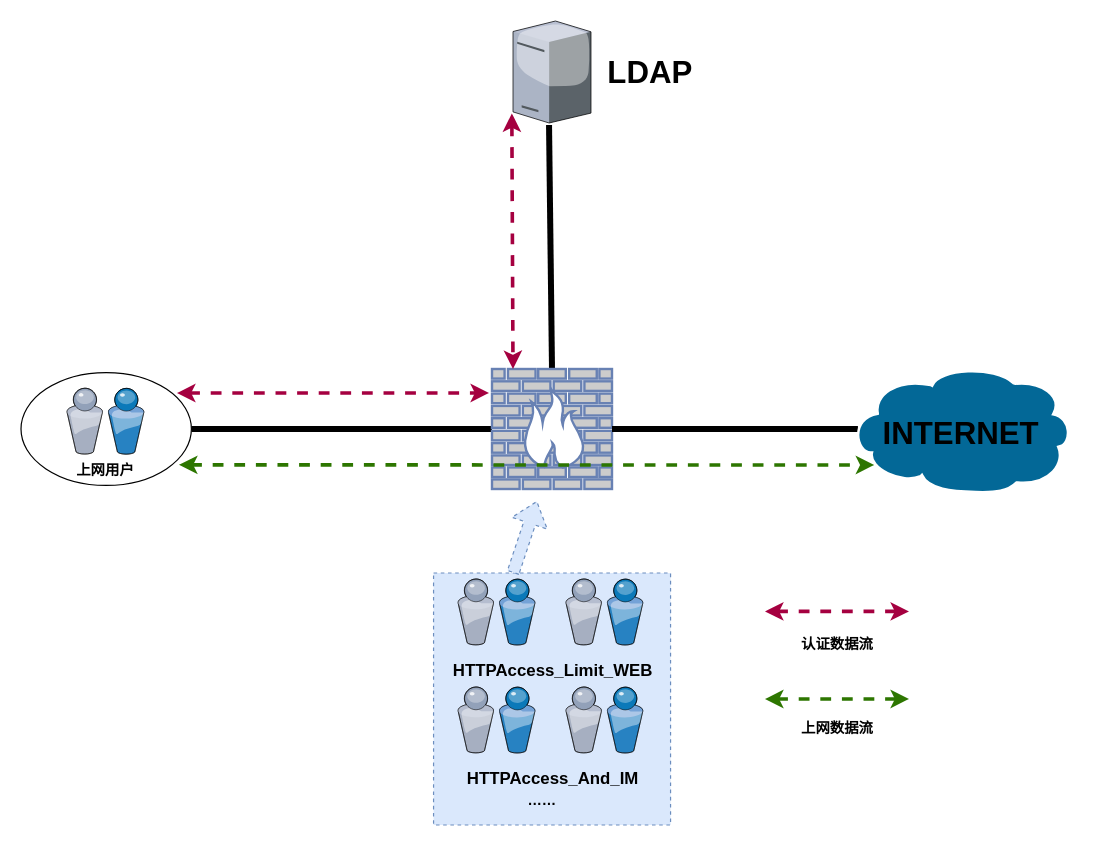
Above: Untitled Diagram.drawio in blacksoilzz/hello-world (draw.io), before the change. Source tidied: cells renumbered, new cells numbered last; positions are measured from the earlier drawing's top-left corner, leaving out a move shared by most shapes. Both pictures are drawn from the tidied source at 120%, with x=0, y=0 at pixel (20, 20).
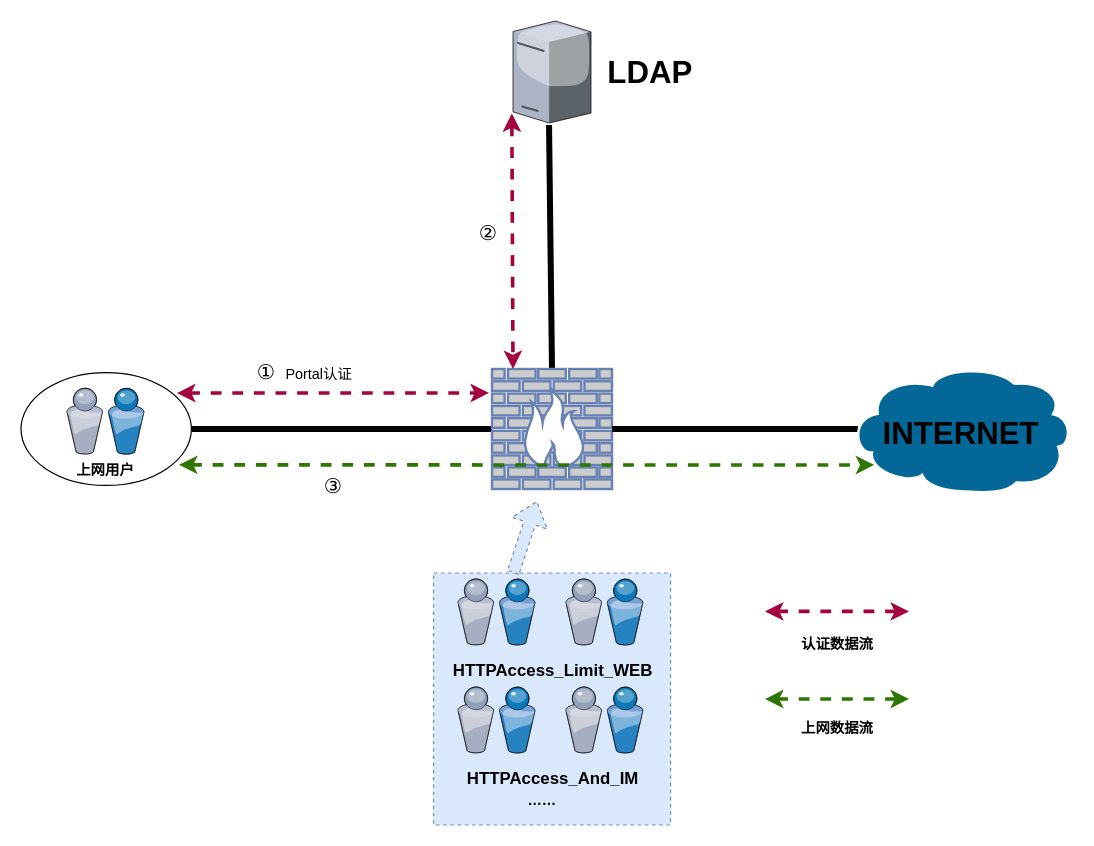
The same page after the edit.

Commit message:
防火墙调用LDAP认证

The edit, as a diff of the source:
```diff
@@
+    <mxCell id="29" value="Portal认证" style="text;html=1;align=center;verticalAlign=middle;fillColor=none;strokeColor=none;rounded=0;fontSize=12;" parent="1" vertex="1">
+      <mxGeometry x="215" y="286" width="65" height="18" as="geometry" />
+    </mxCell>
+    <mxCell id="30" value="①" style="text;html=1;align=center;verticalAlign=middle;fillColor=none;strokeColor=none;rounded=0;fontSize=17;" parent="1" vertex="1">
+      <mxGeometry x="190" y="282" width="27" height="24" as="geometry" />
+    </mxCell>
+    <mxCell id="31" value="②" style="text;html=1;align=center;verticalAlign=middle;fillColor=none;strokeColor=none;rounded=0;fontSize=17;" parent="1" vertex="1">
+      <mxGeometry x="375" y="166" width="27" height="24" as="geometry" />
+    </mxCell>
+    <mxCell id="32" value="③" style="text;html=1;align=center;verticalAlign=middle;fillColor=none;strokeColor=none;rounded=0;fontSize=17;" parent="1" vertex="1">
+      <mxGeometry x="246" y="377" width="27" height="24" as="geometry" />
+    </mxCell>
```
